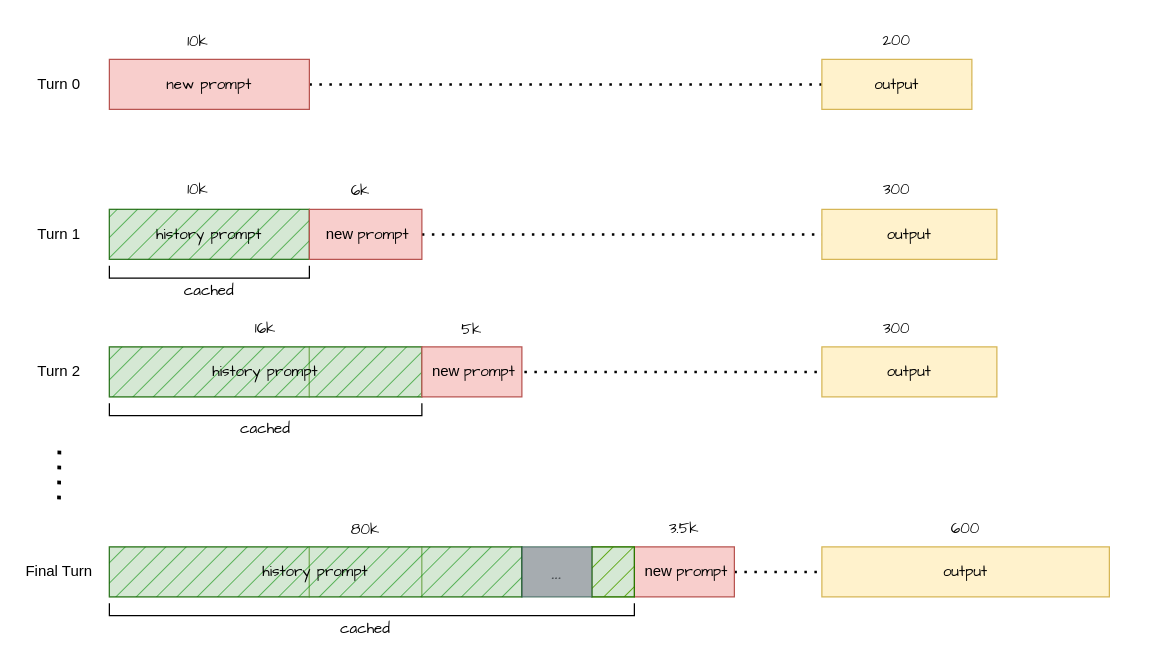
Earlier version of the draw.io diagram 多轮对话.drawio (zhoujing101/myproject). Source tidied: cells renumbered, new cells numbered last; positions are measured from the earlier drawing's top-left corner, leaving out a move shared by most shapes. Both pictures are drawn from the tidied source at 125%, with x=0, y=0 at pixel (21, 21).
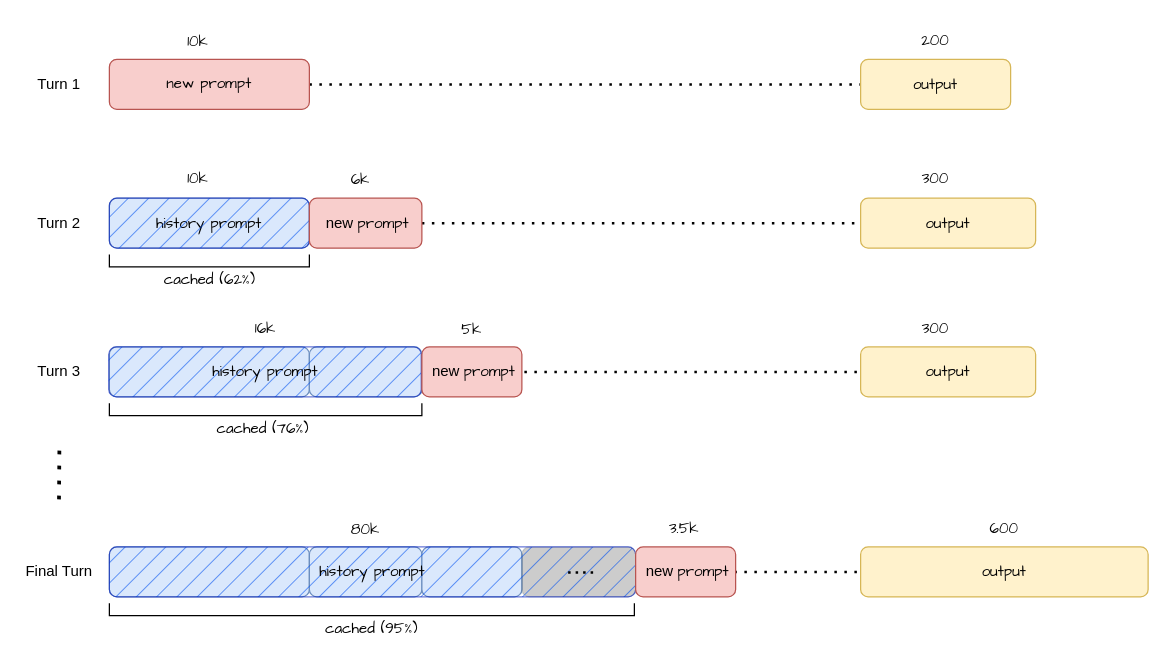
The same page after the edit.

Commit message (it also covers changes not shown here):
更新多轮对话.drawio

Diff of the diagram source:
```diff
@@
-    <mxCell id="2" style="endArrow=none;dashed=1;html=1;dashPattern=1 3;strokeWidth=2;rounded=0;" parent="1" edge="1" source="7">
+    <mxCell id="2" style="endArrow=none;dashed=1;html=1;dashPattern=1 3;strokeWidth=2;rounded=1;" parent="1" edge="1" source="7">
       <mxGeometry relative="1" as="geometry">
-        <mxPoint x="744" y="50" as="targetPoint" />
+        <mxPoint x="775" y="50" as="targetPoint" />
       </mxGeometry>
     </mxCell>
-    <mxCell id="3" style="endArrow=none;dashed=1;html=1;dashPattern=1 3;strokeWidth=2;rounded=0;" parent="1" edge="1" source="14">
+    <mxCell id="3" style="endArrow=none;dashed=1;html=1;dashPattern=1 3;strokeWidth=2;rounded=1;" parent="1" edge="1" source="14">
       <mxGeometry relative="1" as="geometry">
-        <mxPoint x="739" y="170" as="targetPoint" />
+        <mxPoint x="739" y="161" as="targetPoint" />
       </mxGeometry>
     </mxCell>
-    <mxCell id="4" style="endArrow=none;dashed=1;html=1;dashPattern=1 3;strokeWidth=2;rounded=0;exitX=1;exitY=0.5;exitDx=0;exitDy=0;" parent="1" edge="1">
+    <mxCell id="4" style="endArrow=none;dashed=1;html=1;dashPattern=1 3;strokeWidth=2;rounded=1;exitX=1;exitY=0.5;exitDx=0;exitDy=0;" parent="1" edge="1">
       <mxGeometry relative="1" as="geometry">
         <mxPoint x="570" y="440" as="sourcePoint" />
         <mxPoint x="739" y="440" as="targetPoint" />
       </mxGeometry>
     </mxCell>
-    <mxCell id="5" style="endArrow=none;dashed=1;html=1;dashPattern=1 3;strokeWidth=2;rounded=0;" parent="1" edge="1">
+    <mxCell id="5" style="endArrow=none;dashed=1;html=1;dashPattern=1 3;strokeWidth=2;rounded=1;" parent="1" edge="1">
       <mxGeometry relative="1" as="geometry">
         <mxPoint x="370" y="280" as="sourcePoint" />
         <mxPoint x="739" y="280" as="targetPoint" />
       </mxGeometry>
     </mxCell>
-    <mxCell id="6" style="endArrow=none;dashed=1;html=1;dashPattern=1 3;strokeWidth=2;rounded=0;exitX=1;exitY=0.5;exitDx=0;exitDy=0;" parent="1" edge="1" source="11" target="7">
+    <mxCell id="6" style="endArrow=none;dashed=1;html=1;dashPattern=1 3;strokeWidth=2;rounded=1;exitX=1;exitY=0.5;exitDx=0;exitDy=0;" parent="1" edge="1" source="11" target="7">
       <mxGeometry relative="1" as="geometry" />
     </mxCell>
-    <mxCell id="7" value="&lt;font face=&quot;Comic Sans MS&quot;&gt;output&lt;/font&gt;" style="rounded=0;whiteSpace=wrap;html=1;fillColor=#fff2cc;strokeColor=#d6b656;" parent="1" vertex="1">
-      <mxGeometry x="640" y="30" width="120" height="40" as="geometry" />
+    <mxCell id="7" value="&lt;font face=&quot;Comic Sans MS&quot;&gt;output&lt;/font&gt;" style="rounded=1;whiteSpace=wrap;html=1;fillColor=#fff2cc;strokeColor=#d6b656;" parent="1" vertex="1">
+      <mxGeometry x="671" y="30" width="120" height="40" as="geometry" />
     </mxCell>
-    <mxCell id="8" value="&lt;font face=&quot;Comic Sans MS&quot;&gt;output&lt;/font&gt;" style="rounded=0;whiteSpace=wrap;html=1;fillColor=#fff2cc;strokeColor=#d6b656;" parent="1" vertex="1">
-      <mxGeometry x="640" y="150" width="140" height="40" as="geometry" />
+    <mxCell id="8" value="&lt;font face=&quot;Comic Sans MS&quot;&gt;output&lt;/font&gt;" style="rounded=1;whiteSpace=wrap;html=1;fillColor=#fff2cc;strokeColor=#d6b656;" parent="1" vertex="1">
+      <mxGeometry x="671" y="141" width="140" height="40" as="geometry" />
     </mxCell>
-    <mxCell id="9" value="&lt;font face=&quot;Comic Sans MS&quot;&gt;output&lt;/font&gt;" style="rounded=0;whiteSpace=wrap;html=1;fillColor=#fff2cc;strokeColor=#d6b656;" parent="1" vertex="1">
-      <mxGeometry x="640" y="260" width="140" height="40" as="geometry" />
+    <mxCell id="9" value="&lt;font face=&quot;Comic Sans MS&quot;&gt;output&lt;/font&gt;" style="rounded=1;whiteSpace=wrap;html=1;fillColor=#fff2cc;strokeColor=#d6b656;" parent="1" vertex="1">
+      <mxGeometry x="671" y="260" width="140" height="40" as="geometry" />
     </mxCell>
-    <mxCell id="10" value="&lt;font face=&quot;Comic Sans MS&quot;&gt;output&lt;/font&gt;" style="rounded=0;whiteSpace=wrap;html=1;fillColor=#fff2cc;strokeColor=#d6b656;" parent="1" vertex="1">
-      <mxGeometry x="640" y="420" width="230" height="40" as="geometry" />
+    <mxCell id="10" value="&lt;font face=&quot;Comic Sans MS&quot;&gt;output&lt;/font&gt;" style="rounded=1;whiteSpace=wrap;html=1;fillColor=#fff2cc;strokeColor=#d6b656;" parent="1" vertex="1">
+      <mxGeometry x="671" y="420" width="230" height="40" as="geometry" />
     </mxCell>
-    <mxCell id="11" value="&lt;font face=&quot;Comic Sans MS&quot;&gt;new prompt&lt;/font&gt;" style="rounded=0;whiteSpace=wrap;html=1;fillColor=#f8cecc;strokeColor=#b85450;" parent="1" vertex="1">
+    <mxCell id="11" value="&lt;font&gt;new prompt&lt;/font&gt;" style="rounded=1;whiteSpace=wrap;html=1;fillColor=#f8cecc;strokeColor=#b85450;fontFamily=Comic Sans MS;" parent="1" vertex="1">
       <mxGeometry x="70" y="30" width="160" height="40" as="geometry" />
     </mxCell>
-    <mxCell id="12" value="&lt;font face=&quot;Comic Sans MS&quot;&gt;history prompt&lt;/font&gt;" style="rounded=0;whiteSpace=wrap;html=1;fillColor=#d5e8d4;strokeColor=#82b366;" parent="1" vertex="1">
-      <mxGeometry x="70" y="150" width="160" height="40" as="geometry" />
+    <mxCell id="12" value="&lt;font face=&quot;Comic Sans MS&quot;&gt;history prompt&lt;/font&gt;" style="rounded=1;whiteSpace=wrap;html=1;fillColor=#dae8fc;strokeColor=#6c8ebf;" parent="1" vertex="1">
+      <mxGeometry x="70" y="141" width="160" height="40" as="geometry" />
     </mxCell>
-    <mxCell id="13" style="rounded=0;whiteSpace=wrap;html=1;fillColor=#008a00;strokeColor=#005700;fillStyle=hatch;fontColor=#ffffff;opacity=60;" parent="1" vertex="1">
-      <mxGeometry x="70" y="150" width="160" height="40" as="geometry" />
+    <mxCell id="13" style="rounded=1;whiteSpace=wrap;html=1;fillColor=#0050ef;strokeColor=#001DBC;fillStyle=hatch;fontColor=#ffffff;opacity=60;" parent="1" vertex="1">
+      <mxGeometry x="70" y="141" width="160" height="40" as="geometry" />
     </mxCell>
-    <mxCell id="14" value="&amp;nbsp;new&amp;nbsp;&lt;span style=&quot;font-family: &amp;quot;Comic Sans MS&amp;quot;;&quot;&gt;prompt&lt;/span&gt;" style="rounded=0;whiteSpace=wrap;html=1;fillColor=#f8cecc;strokeColor=#b85450;" parent="1" vertex="1">
-      <mxGeometry x="230" y="150" width="90" height="40" as="geometry" />
+    <mxCell id="14" value="&amp;nbsp;new&amp;nbsp;&lt;span style=&quot;font-family: &amp;quot;Comic Sans MS&amp;quot;;&quot;&gt;prompt&lt;/span&gt;" style="rounded=1;whiteSpace=wrap;html=1;fillColor=#f8cecc;strokeColor=#b85450;" parent="1" vertex="1">
+      <mxGeometry x="230" y="141" width="90" height="40" as="geometry" />
     </mxCell>
-    <mxCell id="15" style="rounded=0;whiteSpace=wrap;html=1;fillColor=#d5e8d4;strokeColor=#82b366;" parent="1" vertex="1">
+    <mxCell id="15" style="rounded=1;whiteSpace=wrap;html=1;fillColor=#dae8fc;strokeColor=#6c8ebf;" parent="1" vertex="1">
       <mxGeometry x="70" y="260" width="160" height="40" as="geometry" />
     </mxCell>
-    <mxCell id="16" style="rounded=0;whiteSpace=wrap;html=1;fillColor=#d5e8d4;strokeColor=#82b366;" parent="1" vertex="1">
+    <mxCell id="16" style="rounded=1;whiteSpace=wrap;html=1;fillColor=#dae8fc;strokeColor=#6c8ebf;" parent="1" vertex="1">
       <mxGeometry x="230" y="260" width="90" height="40" as="geometry" />
     </mxCell>
-    <mxCell id="17" value="&lt;span style=&quot;color: rgb(0, 0, 0); font-family: &amp;quot;Comic Sans MS&amp;quot;;&quot;&gt;history prompt&lt;/span&gt;" style="rounded=0;whiteSpace=wrap;html=1;fillColor=#008a00;strokeColor=#005700;fillStyle=hatch;fontColor=#ffffff;opacity=60;" parent="1" vertex="1">
-      <mxGeometry x="70" y="260" width="250" height="40" as="geometry" />
+    <mxCell id="17" value="&lt;span style=&quot;color: rgb(0, 0, 0); font-family: &amp;quot;Comic Sans MS&amp;quot;;&quot;&gt;history prompt&lt;/span&gt;" style="rounded=1;whiteSpace=wrap;html=1;fillColor=#0050ef;strokeColor=#001DBC;fillStyle=hatch;fontColor=#ffffff;opacity=60;" parent="1" vertex="1">
+      <mxGeometry x="69.5" y="260" width="250" height="40" as="geometry" />
     </mxCell>
-    <mxCell id="18" value="&amp;nbsp;new&amp;nbsp;&lt;span style=&quot;font-family: &amp;quot;Comic Sans MS&amp;quot;;&quot;&gt;prompt&lt;/span&gt;" style="rounded=0;whiteSpace=wrap;html=1;fillColor=#f8cecc;strokeColor=#b85450;" parent="1" vertex="1">
+    <mxCell id="18" value="&amp;nbsp;new&amp;nbsp;&lt;span style=&quot;font-family: &amp;quot;Comic Sans MS&amp;quot;;&quot;&gt;prompt&lt;/span&gt;" style="rounded=1;whiteSpace=wrap;html=1;fillColor=#f8cecc;strokeColor=#b85450;" parent="1" vertex="1">
       <mxGeometry x="320" y="260" width="80" height="40" as="geometry" />
     </mxCell>
-    <mxCell id="19" style="rounded=0;whiteSpace=wrap;html=1;fillColor=#d5e8d4;strokeColor=#82b366;" parent="1" vertex="1">
+    <mxCell id="19" style="rounded=1;whiteSpace=wrap;html=1;fillColor=#dae8fc;strokeColor=#6c8ebf;" parent="1" vertex="1">
       <mxGeometry x="70" y="420" width="160" height="40" as="geometry" />
     </mxCell>
-    <mxCell id="20" style="rounded=0;whiteSpace=wrap;html=1;fillColor=#d5e8d4;strokeColor=#82b366;" parent="1" vertex="1">
+    <mxCell id="20" style="rounded=1;whiteSpace=wrap;html=1;fillColor=#dae8fc;strokeColor=#6c8ebf;" parent="1" vertex="1">
       <mxGeometry x="230" y="420" width="90" height="40" as="geometry" />
     </mxCell>
-    <mxCell id="21" style="rounded=0;whiteSpace=wrap;html=1;fillColor=#d5e8d4;strokeColor=#82b366;" parent="1" vertex="1">
+    <mxCell id="21" style="rounded=1;whiteSpace=wrap;html=1;fillColor=#dae8fc;strokeColor=#6c8ebf;" parent="1" vertex="1">
       <mxGeometry x="320" y="420" width="80" height="40" as="geometry" />
     </mxCell>
-    <mxCell id="22" value="&amp;nbsp;new&amp;nbsp;&lt;span style=&quot;font-family: &amp;quot;Comic Sans MS&amp;quot;;&quot;&gt;prompt&lt;/span&gt;" style="rounded=0;whiteSpace=wrap;html=1;fillColor=#f8cecc;strokeColor=#b85450;" parent="1" vertex="1">
-      <mxGeometry x="490" y="420" width="80" height="40" as="geometry" />
-    </mxCell>
-    <mxCell id="23" value="&lt;span style=&quot;color: rgb(0, 0, 0); font-family: &amp;quot;Comic Sans MS&amp;quot;;&quot;&gt;history prompt&lt;/span&gt;" style="rounded=0;whiteSpace=wrap;html=1;fillColor=#008a00;strokeColor=#005700;fillStyle=hatch;fontColor=#ffffff;opacity=60;" parent="1" vertex="1">
-      <mxGeometry x="70" y="420" width="330" height="40" as="geometry" />
-    </mxCell>
-    <mxCell id="24" value="Turn 0" style="text;html=1;whiteSpace=wrap;strokeColor=none;fillColor=none;align=center;verticalAlign=middle;rounded=0;" parent="1" vertex="1">
+    <mxCell id="24" value="Turn 1" style="text;html=1;whiteSpace=wrap;strokeColor=none;fillColor=none;align=center;verticalAlign=middle;rounded=1;" parent="1" vertex="1">
       <mxGeometry y="35" width="60" height="30" as="geometry" />
     </mxCell>
-    <mxCell id="25" value="Turn 1" style="text;html=1;whiteSpace=wrap;strokeColor=none;fillColor=none;align=center;verticalAlign=middle;rounded=0;" parent="1" vertex="1">
-      <mxGeometry y="155" width="60" height="30" as="geometry" />
+    <mxCell id="25" value="Turn 2" style="text;html=1;whiteSpace=wrap;strokeColor=none;fillColor=none;align=center;verticalAlign=middle;rounded=1;" parent="1" vertex="1">
+      <mxGeometry y="146" width="60" height="30" as="geometry" />
     </mxCell>
-    <mxCell id="26" value="Turn 2" style="text;html=1;whiteSpace=wrap;strokeColor=none;fillColor=none;align=center;verticalAlign=middle;rounded=0;" parent="1" vertex="1">
+    <mxCell id="26" value="Turn 3" style="text;html=1;whiteSpace=wrap;strokeColor=none;fillColor=none;align=center;verticalAlign=middle;rounded=1;" parent="1" vertex="1">
       <mxGeometry y="265" width="60" height="30" as="geometry" />
     </mxCell>
-    <mxCell id="27" value="Final Turn" style="text;html=1;whiteSpace=wrap;strokeColor=none;fillColor=none;align=center;verticalAlign=middle;rounded=0;" parent="1" vertex="1">
+    <mxCell id="27" value="Final Turn" style="text;html=1;whiteSpace=wrap;strokeColor=none;fillColor=none;align=center;verticalAlign=middle;rounded=1;" parent="1" vertex="1">
       <mxGeometry y="425" width="60" height="30" as="geometry" />
     </mxCell>
-    <mxCell id="28" value="&lt;font face=&quot;Comic Sans MS&quot;&gt;...&lt;/font&gt;" style="rounded=0;whiteSpace=wrap;html=1;fillColor=light-dark(#000000, #43ba43);strokeColor=#005700;fillStyle=hatch;fontColor=light-dark(#000000,#D7817E);opacity=40;fontSize=19;" parent="1" vertex="1">
-      <mxGeometry x="400" y="420" width="56" height="40" as="geometry" />
-    </mxCell>
-    <mxCell id="29" style="rounded=0;whiteSpace=wrap;html=1;fillColor=#d5e8d4;strokeColor=#82b366;" parent="1" vertex="1">
-      <mxGeometry x="456" y="420" width="34" height="40" as="geometry" />
-    </mxCell>
-    <mxCell id="30" style="rounded=0;whiteSpace=wrap;html=1;fillColor=#60a917;strokeColor=#2D7600;fillStyle=hatch;fontColor=#ffffff;" parent="1" vertex="1">
-      <mxGeometry x="456" y="420" width="34" height="40" as="geometry" />
-    </mxCell>
-    <mxCell id="31" style="rounded=0;whiteSpace=wrap;html=1;fillColor=#bac8d3;strokeColor=#23445d;fillStyle=auto;opacity=40;fontSize=19;" parent="1" vertex="1">
-      <mxGeometry x="400" y="420" width="56" height="40" as="geometry" />
+    <mxCell id="31" style="rounded=1;whiteSpace=wrap;html=1;fillColor=#000000;strokeColor=#23445d;fillStyle=auto;opacity=20;fontSize=19;" parent="1" vertex="1">
+      <mxGeometry x="400" y="420" width="91" height="40" as="geometry" />
     </mxCell>
-    <mxCell id="32" style="strokeWidth=1;html=1;shape=mxgraph.flowchart.annotation_1;align=left;rotation=-90;" parent="1" vertex="1">
-      <mxGeometry x="145" y="120" width="10" height="160" as="geometry" />
+    <mxCell id="32" style="strokeWidth=1;html=1;shape=mxgraph.flowchart.annotation_1;align=left;rotation=-90;rounded=1;" parent="1" vertex="1">
+      <mxGeometry x="145" y="111" width="10" height="160" as="geometry" />
     </mxCell>
-    <mxCell id="33" value="&lt;font face=&quot;Comic Sans MS&quot;&gt;cached&lt;/font&gt;" style="text;html=1;whiteSpace=wrap;strokeColor=none;fillColor=none;align=center;verticalAlign=middle;rounded=0;" parent="1" vertex="1">
-      <mxGeometry x="120" y="200" width="60" height="30" as="geometry" />
+    <mxCell id="33" value="&lt;font face=&quot;Comic Sans MS&quot;&gt;cached (62%)&lt;/font&gt;" style="text;html=1;whiteSpace=wrap;strokeColor=none;fillColor=none;align=center;verticalAlign=middle;rounded=1;" parent="1" vertex="1">
+      <mxGeometry x="104.5" y="191" width="91" height="30" as="geometry" />
     </mxCell>
-    <mxCell id="34" style="strokeWidth=1;html=1;shape=mxgraph.flowchart.annotation_1;align=left;rotation=-90;" parent="1" vertex="1">
+    <mxCell id="34" style="strokeWidth=1;html=1;shape=mxgraph.flowchart.annotation_1;align=left;rotation=-90;rounded=1;" parent="1" vertex="1">
       <mxGeometry x="190" y="185" width="10" height="250" as="geometry" />
     </mxCell>
-    <mxCell id="35" value="&lt;font face=&quot;Comic Sans MS&quot;&gt;cached&lt;/font&gt;" style="text;html=1;whiteSpace=wrap;strokeColor=none;fillColor=none;align=center;verticalAlign=middle;rounded=0;" parent="1" vertex="1">
-      <mxGeometry x="165" y="310" width="60" height="30" as="geometry" />
+    <mxCell id="35" value="&lt;font face=&quot;Comic Sans MS&quot;&gt;cached (76%)&lt;/font&gt;" style="text;html=1;whiteSpace=wrap;strokeColor=none;fillColor=none;align=center;verticalAlign=middle;rounded=1;" parent="1" vertex="1">
+      <mxGeometry x="145" y="310" width="96" height="30" as="geometry" />
     </mxCell>
-    <mxCell id="36" style="strokeWidth=1;html=1;shape=mxgraph.flowchart.annotation_1;align=left;rotation=-90;" parent="1" vertex="1">
+    <mxCell id="36" style="strokeWidth=1;html=1;shape=mxgraph.flowchart.annotation_1;align=left;rotation=-90;rounded=1;" parent="1" vertex="1">
       <mxGeometry x="275" y="260" width="10" height="420" as="geometry" />
     </mxCell>
-    <mxCell id="37" value="&lt;font face=&quot;Comic Sans MS&quot;&gt;cached&lt;/font&gt;" style="text;html=1;whiteSpace=wrap;strokeColor=none;fillColor=none;align=center;verticalAlign=middle;rounded=0;" parent="1" vertex="1">
-      <mxGeometry x="245" y="470" width="60" height="30" as="geometry" />
+    <mxCell id="37" value="&lt;font face=&quot;Comic Sans MS&quot;&gt;cached (95%)&lt;/font&gt;" style="text;html=1;whiteSpace=wrap;strokeColor=none;fillColor=none;align=center;verticalAlign=middle;rounded=1;" parent="1" vertex="1">
+      <mxGeometry x="232" y="470" width="96" height="30" as="geometry" />
     </mxCell>
-    <mxCell id="38" style="endArrow=none;dashed=1;html=1;dashPattern=1 3;strokeWidth=3;rounded=0;" parent="1" edge="1">
+    <mxCell id="38" style="endArrow=none;dashed=1;html=1;dashPattern=1 3;strokeWidth=3;rounded=1;" parent="1" edge="1">
       <mxGeometry relative="1" as="geometry">
         <mxPoint x="29.7" y="382" as="sourcePoint" />
         <mxPoint x="30" y="342" as="targetPoint" />
       </mxGeometry>
     </mxCell>
-    <mxCell id="39" value="&lt;font face=&quot;Comic Sans MS&quot;&gt;10k&lt;/font&gt;" style="text;html=1;whiteSpace=wrap;strokeColor=none;fillColor=none;align=center;verticalAlign=middle;rounded=0;" parent="1" vertex="1">
+    <mxCell id="39" value="&lt;font face=&quot;Comic Sans MS&quot;&gt;10k&lt;/font&gt;" style="text;html=1;whiteSpace=wrap;strokeColor=none;fillColor=none;align=center;verticalAlign=middle;rounded=1;" parent="1" vertex="1">
       <mxGeometry x="111" y="1" width="60" height="30" as="geometry" />
     </mxCell>
-    <mxCell id="40" value="&lt;font face=&quot;Comic Sans MS&quot;&gt;6k&lt;/font&gt;" style="text;html=1;whiteSpace=wrap;strokeColor=none;fillColor=none;align=center;verticalAlign=middle;rounded=0;" parent="1" vertex="1">
-      <mxGeometry x="241" y="120" width="60" height="30" as="geometry" />
+    <mxCell id="40" value="&lt;font face=&quot;Comic Sans MS&quot;&gt;6k&lt;/font&gt;" style="text;html=1;whiteSpace=wrap;strokeColor=none;fillColor=none;align=center;verticalAlign=middle;rounded=1;" parent="1" vertex="1">
+      <mxGeometry x="241" y="111" width="60" height="30" as="geometry" />
     </mxCell>
-    <mxCell id="41" value="&lt;font face=&quot;Comic Sans MS&quot;&gt;10k&lt;/font&gt;" style="text;html=1;whiteSpace=wrap;strokeColor=none;fillColor=none;align=center;verticalAlign=middle;rounded=0;" parent="1" vertex="1">
-      <mxGeometry x="111" y="119" width="60" height="30" as="geometry" />
+    <mxCell id="41" value="&lt;font face=&quot;Comic Sans MS&quot;&gt;10k&lt;/font&gt;" style="text;html=1;whiteSpace=wrap;strokeColor=none;fillColor=none;align=center;verticalAlign=middle;rounded=1;" parent="1" vertex="1">
+      <mxGeometry x="111" y="110" width="60" height="30" as="geometry" />
     </mxCell>
-    <mxCell id="42" value="&lt;font face=&quot;Comic Sans MS&quot;&gt;16k&lt;/font&gt;" style="text;html=1;whiteSpace=wrap;strokeColor=none;fillColor=none;align=center;verticalAlign=middle;rounded=0;" parent="1" vertex="1">
+    <mxCell id="42" value="&lt;font face=&quot;Comic Sans MS&quot;&gt;16k&lt;/font&gt;" style="text;html=1;whiteSpace=wrap;strokeColor=none;fillColor=none;align=center;verticalAlign=middle;rounded=1;" parent="1" vertex="1">
       <mxGeometry x="165" y="230" width="60" height="30" as="geometry" />
     </mxCell>
-    <mxCell id="43" value="&lt;font face=&quot;Comic Sans MS&quot;&gt;5k&lt;/font&gt;" style="text;html=1;whiteSpace=wrap;strokeColor=none;fillColor=none;align=center;verticalAlign=middle;rounded=0;" parent="1" vertex="1">
+    <mxCell id="43" value="&lt;font face=&quot;Comic Sans MS&quot;&gt;5k&lt;/font&gt;" style="text;html=1;whiteSpace=wrap;strokeColor=none;fillColor=none;align=center;verticalAlign=middle;rounded=1;" parent="1" vertex="1">
       <mxGeometry x="330" y="231" width="60" height="30" as="geometry" />
     </mxCell>
-    <mxCell id="44" value="&lt;font face=&quot;Comic Sans MS&quot;&gt;80k&lt;/font&gt;" style="text;html=1;whiteSpace=wrap;strokeColor=none;fillColor=none;align=center;verticalAlign=middle;rounded=0;" parent="1" vertex="1">
+    <mxCell id="44" value="&lt;font face=&quot;Comic Sans MS&quot;&gt;80k&lt;/font&gt;" style="text;html=1;whiteSpace=wrap;strokeColor=none;fillColor=none;align=center;verticalAlign=middle;rounded=1;" parent="1" vertex="1">
       <mxGeometry x="245" y="391" width="60" height="30" as="geometry" />
     </mxCell>
-    <mxCell id="45" value="&lt;font face=&quot;Comic Sans MS&quot;&gt;3.5k&lt;/font&gt;" style="text;html=1;whiteSpace=wrap;strokeColor=none;fillColor=none;align=center;verticalAlign=middle;rounded=0;" parent="1" vertex="1">
+    <mxCell id="45" value="&lt;font face=&quot;Comic Sans MS&quot;&gt;3.5k&lt;/font&gt;" style="text;html=1;whiteSpace=wrap;strokeColor=none;fillColor=none;align=center;verticalAlign=middle;rounded=1;" parent="1" vertex="1">
       <mxGeometry x="500" y="390" width="60" height="30" as="geometry" />
     </mxCell>
-    <mxCell id="46" value="&lt;font face=&quot;Comic Sans MS&quot;&gt;200&lt;/font&gt;" style="text;html=1;whiteSpace=wrap;strokeColor=none;fillColor=none;align=center;verticalAlign=middle;rounded=0;" parent="1" vertex="1">
-      <mxGeometry x="670" width="60" height="30" as="geometry" />
+    <mxCell id="46" value="&lt;font face=&quot;Comic Sans MS&quot;&gt;200&lt;/font&gt;" style="text;html=1;whiteSpace=wrap;strokeColor=none;fillColor=none;align=center;verticalAlign=middle;rounded=1;" parent="1" vertex="1">
+      <mxGeometry x="701" width="60" height="30" as="geometry" />
     </mxCell>
-    <mxCell id="47" value="&lt;font face=&quot;Comic Sans MS&quot;&gt;300&lt;/font&gt;" style="text;html=1;whiteSpace=wrap;strokeColor=none;fillColor=none;align=center;verticalAlign=middle;rounded=0;" parent="1" vertex="1">
-      <mxGeometry x="670" y="119" width="60" height="30" as="geometry" />
+    <mxCell id="47" value="&lt;font face=&quot;Comic Sans MS&quot;&gt;300&lt;/font&gt;" style="text;html=1;whiteSpace=wrap;strokeColor=none;fillColor=none;align=center;verticalAlign=middle;rounded=1;" parent="1" vertex="1">
+      <mxGeometry x="701" y="110" width="60" height="30" as="geometry" />
     </mxCell>
-    <mxCell id="48" value="&lt;font face=&quot;Comic Sans MS&quot;&gt;300&lt;/font&gt;" style="text;html=1;whiteSpace=wrap;strokeColor=none;fillColor=none;align=center;verticalAlign=middle;rounded=0;" parent="1" vertex="1">
-      <mxGeometry x="670" y="230" width="60" height="30" as="geometry" />
+    <mxCell id="48" value="&lt;font face=&quot;Comic Sans MS&quot;&gt;300&lt;/font&gt;" style="text;html=1;whiteSpace=wrap;strokeColor=none;fillColor=none;align=center;verticalAlign=middle;rounded=1;" parent="1" vertex="1">
+      <mxGeometry x="701" y="230" width="60" height="30" as="geometry" />
     </mxCell>
-    <mxCell id="49" value="&lt;font face=&quot;Comic Sans MS&quot;&gt;600&lt;/font&gt;" style="text;html=1;whiteSpace=wrap;strokeColor=none;fillColor=none;align=center;verticalAlign=middle;rounded=0;" parent="1" vertex="1">
-      <mxGeometry x="725" y="390" width="60" height="30" as="geometry" />
+    <mxCell id="49" value="&lt;font face=&quot;Comic Sans MS&quot;&gt;600&lt;/font&gt;" style="text;html=1;whiteSpace=wrap;strokeColor=none;fillColor=none;align=center;verticalAlign=middle;rounded=1;" parent="1" vertex="1">
+      <mxGeometry x="756" y="390" width="60" height="30" as="geometry" />
     </mxCell>
+    <mxCell id="23" value="&lt;span style=&quot;color: rgb(0, 0, 0); font-family: &amp;quot;Comic Sans MS&amp;quot;;&quot;&gt;history prompt&lt;/span&gt;" style="rounded=1;whiteSpace=wrap;html=1;fillColor=#0050ef;strokeColor=#001DBC;fillStyle=hatch;fontColor=#ffffff;opacity=60;" parent="1" vertex="1">
+      <mxGeometry x="70" y="420" width="421" height="40" as="geometry" />
+    </mxCell>
+    <mxCell id="50" style="endArrow=none;dashed=1;html=1;rounded=0;strokeWidth=2;dashPattern=1 2;" parent="1" edge="1">
+      <mxGeometry relative="1" as="geometry">
+        <mxPoint x="437" y="440.5" as="sourcePoint" />
+        <mxPoint x="458" y="440.5" as="targetPoint" />
+      </mxGeometry>
+    </mxCell>
+    <mxCell id="22" value="&amp;nbsp;new&amp;nbsp;&lt;span style=&quot;font-family: &amp;quot;Comic Sans MS&amp;quot;;&quot;&gt;prompt&lt;/span&gt;" style="rounded=1;whiteSpace=wrap;html=1;fillColor=#f8cecc;strokeColor=#b85450;" parent="1" vertex="1">
+      <mxGeometry x="491" y="420" width="80" height="40" as="geometry" />
+    </mxCell>
```
